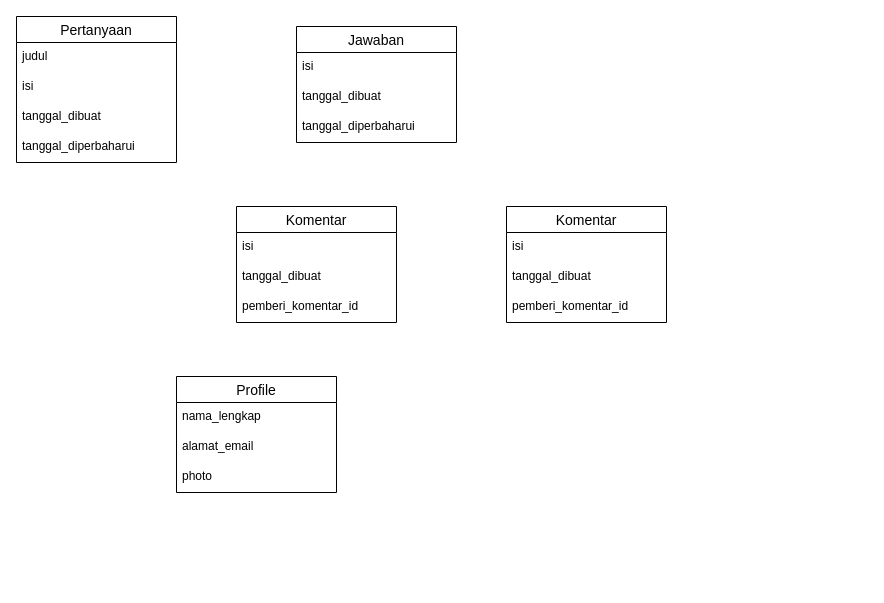
This is Untitled Diagram.drawio from indrarasyid07/berlatih-php, a draw.io file, before an edit. Source tidied: cells renumbered, new cells numbered last; positions are measured from the earlier drawing's top-left corner, leaving out a move shared by most shapes. Both pictures are drawn from the tidied source at 100%, with x=0, y=0 at pixel (16, 16).
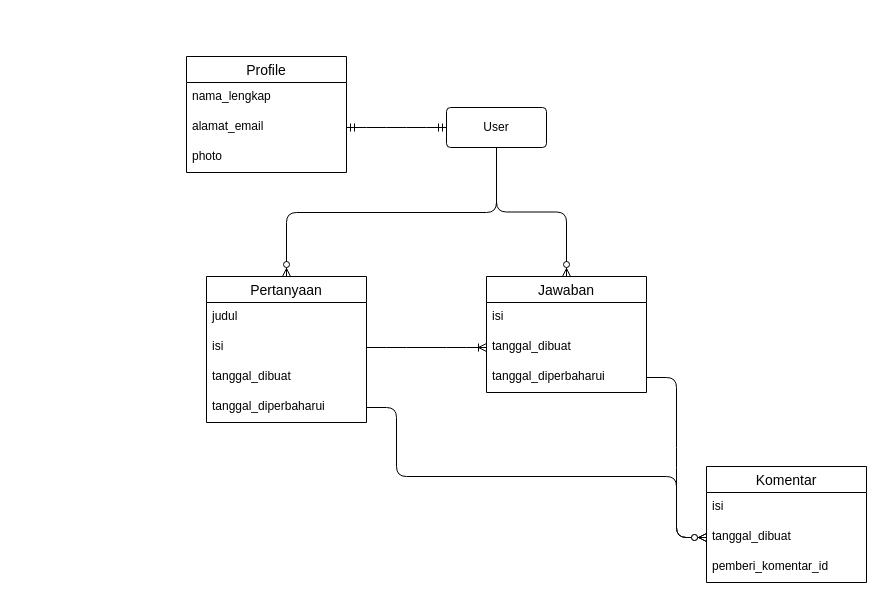
The same diagram, later.

The change refers to these unchanged cells:
```xml
<mxCell id="8" value="isi" style="text;strokeColor=none;fillColor=none;spacingLeft=4;spacingRight=4;overflow=hidden;points=[[0,0.5],[1,0.5]];portConstraint=eastwest;fontSize=12;" parent="6" vertex="1">
  <mxGeometry y="56" width="160" height="30" as="geometry" />
</mxCell>
<mxCell id="10" value="tanggal_diperbaharui" style="text;strokeColor=none;fillColor=none;spacingLeft=4;spacingRight=4;overflow=hidden;points=[[0,0.5],[1,0.5]];portConstraint=eastwest;fontSize=12;" parent="6" vertex="1">
  <mxGeometry y="116" width="160" height="30" as="geometry" />
</mxCell>
<mxCell id="13" value="tanggal_dibuat" style="text;strokeColor=none;fillColor=none;spacingLeft=4;spacingRight=4;overflow=hidden;points=[[0,0.5],[1,0.5]];portConstraint=eastwest;fontSize=12;" parent="11" vertex="1">
  <mxGeometry y="56" width="160" height="30" as="geometry" />
</mxCell>
<mxCell id="14" value="tanggal_diperbaharui" style="text;strokeColor=none;fillColor=none;spacingLeft=4;spacingRight=4;overflow=hidden;points=[[0,0.5],[1,0.5]];portConstraint=eastwest;fontSize=12;" parent="11" vertex="1">
  <mxGeometry y="86" width="160" height="30" as="geometry" />
</mxCell>
<mxCell id="17" value="tanggal_dibuat" style="text;strokeColor=none;fillColor=none;spacingLeft=4;spacingRight=4;overflow=hidden;points=[[0,0.5],[1,0.5]];portConstraint=eastwest;fontSize=12;" parent="15" vertex="1">
  <mxGeometry y="56" width="160" height="30" as="geometry" />
</mxCell>
```

Change to the diagram source:
```diff
@@
-    <mxCell id="2" value="Profile" style="swimlane;fontStyle=0;horizontal=1;startSize=26;align=center;fontSize=14;" parent="1" vertex="1">
-      <mxGeometry x="160" y="360" width="160" height="116" as="geometry" />
-    </mxCell>
-    <mxCell id="3" value="nama_lengkap" style="text;strokeColor=none;fillColor=none;spacingLeft=4;spacingRight=4;overflow=hidden;fontSize=12;" parent="2" vertex="1">
-      <mxGeometry y="26" width="160" height="30" as="geometry" />
-    </mxCell>
-    <mxCell id="4" value="alamat_email" style="text;strokeColor=none;fillColor=none;spacingLeft=4;spacingRight=4;overflow=hidden;points=[[0,0.5],[1,0.5]];portConstraint=eastwest;fontSize=12;" parent="2" vertex="1">
-      <mxGeometry y="56" width="160" height="30" as="geometry" />
-    </mxCell>
-    <mxCell id="5" value="photo" style="text;strokeColor=none;fillColor=none;spacingLeft=4;spacingRight=4;overflow=hidden;fontSize=12;" parent="2" vertex="1">
-      <mxGeometry y="86" width="160" height="30" as="geometry" />
-    </mxCell>
+    <mxCell id="23" style="edgeStyle=orthogonalEdgeStyle;fontSize=12;html=1;endArrow=ERzeroToMany;endFill=1;entryX=0;entryY=0.5;entryDx=0;entryDy=0;exitX=1;exitY=0.5;exitDx=0;exitDy=0;" parent="1" edge="1" source="10" target="17">
+      <mxGeometry relative="1" as="geometry">
+        <Array as="points">
+          <mxPoint x="380" y="391" />
+          <mxPoint x="380" y="460" />
+          <mxPoint x="660" y="460" />
+          <mxPoint x="660" y="521" />
+        </Array>
+      </mxGeometry>
+    </mxCell>
+    <mxCell id="24" style="edgeStyle=entityRelationEdgeStyle;fontSize=12;html=1;endArrow=ERoneToMany;exitX=1;exitY=0.5;exitDx=0;exitDy=0;entryX=0;entryY=0.5;entryDx=0;entryDy=0;" parent="1" edge="1" source="8" target="13">
+      <mxGeometry relative="1" as="geometry" />
+    </mxCell>
+    <mxCell id="25" style="edgeStyle=entityRelationEdgeStyle;fontSize=12;html=1;endArrow=ERzeroToMany;endFill=1;entryX=0;entryY=0.5;entryDx=0;entryDy=0;exitX=1;exitY=0.5;exitDx=0;exitDy=0;" parent="1" edge="1" source="14" target="17">
+      <mxGeometry relative="1" as="geometry" />
+    </mxCell>
     <mxCell id="6" value="Pertanyaan" style="swimlane;fontStyle=0;horizontal=1;startSize=26;align=center;fontSize=14;" parent="1" vertex="1">
-      <mxGeometry width="160" height="146" as="geometry" />
+      <mxGeometry x="190" y="260" width="160" height="146" as="geometry" />
     </mxCell>
@@
     <mxCell id="11" value="Jawaban" style="swimlane;fontStyle=0;horizontal=1;startSize=26;align=center;fontSize=14;" parent="1" vertex="1">
-      <mxGeometry x="280" y="10" width="160" height="116" as="geometry" />
+      <mxGeometry x="470" y="260" width="160" height="116" as="geometry" />
     </mxCell>
@@
     <mxCell id="15" value="Komentar" style="swimlane;fontStyle=0;horizontal=1;startSize=26;align=center;fontSize=14;" parent="1" vertex="1">
-      <mxGeometry x="490" y="190" width="160" height="116" as="geometry" />
+      <mxGeometry x="690" y="450" width="160" height="116" as="geometry" />
     </mxCell>
@@
-    <mxCell id="19" value="Komentar" style="swimlane;fontStyle=0;horizontal=1;startSize=26;align=center;fontSize=14;" parent="1" vertex="1">
-      <mxGeometry x="220" y="190" width="160" height="116" as="geometry" />
-    </mxCell>
-    <mxCell id="20" value="isi" style="text;strokeColor=none;fillColor=none;spacingLeft=4;spacingRight=4;overflow=hidden;fontSize=12;" parent="19" vertex="1">
-      <mxGeometry y="26" width="160" height="30" as="geometry" />
-    </mxCell>
-    <mxCell id="21" value="tanggal_dibuat" style="text;strokeColor=none;fillColor=none;spacingLeft=4;spacingRight=4;overflow=hidden;fontSize=12;" parent="19" vertex="1">
-      <mxGeometry y="56" width="160" height="30" as="geometry" />
-    </mxCell>
-    <mxCell id="22" value="pemberi_komentar_id" style="text;strokeColor=none;fillColor=none;spacingLeft=4;spacingRight=4;overflow=hidden;fontSize=12;" parent="19" vertex="1">
-      <mxGeometry y="86" width="160" height="30" as="geometry" />
-    </mxCell>
+    <mxCell id="26" value="User" style="rounded=1;arcSize=10;whiteSpace=wrap;html=1;align=center;" parent="1" vertex="1">
+      <mxGeometry x="430" y="91" width="100" height="40" as="geometry" />
+    </mxCell>
+    <mxCell id="27" style="edgeStyle=entityRelationEdgeStyle;fontSize=12;html=1;endArrow=ERmandOne;startArrow=ERmandOne;exitX=1;exitY=0.5;exitDx=0;exitDy=0;entryX=0;entryY=0.5;entryDx=0;entryDy=0;" parent="1" edge="1" source="4" target="26">
+      <mxGeometry relative="1" as="geometry" />
+    </mxCell>
+    <mxCell id="2" value="Profile" style="swimlane;fontStyle=0;horizontal=1;startSize=26;align=center;fontSize=14;" parent="1" vertex="1">
+      <mxGeometry x="170" y="40" width="160" height="116" as="geometry" />
+    </mxCell>
+    <mxCell id="3" value="nama_lengkap" style="text;strokeColor=none;fillColor=none;spacingLeft=4;spacingRight=4;overflow=hidden;fontSize=12;" parent="2" vertex="1">
+      <mxGeometry y="26" width="160" height="30" as="geometry" />
+    </mxCell>
+    <mxCell id="4" value="alamat_email" style="text;strokeColor=none;fillColor=none;spacingLeft=4;spacingRight=4;overflow=hidden;points=[[0,0.5],[1,0.5]];portConstraint=eastwest;fontSize=12;" parent="2" vertex="1">
+      <mxGeometry y="56" width="160" height="30" as="geometry" />
+    </mxCell>
+    <mxCell id="5" value="photo" style="text;strokeColor=none;fillColor=none;spacingLeft=4;spacingRight=4;overflow=hidden;fontSize=12;" parent="2" vertex="1">
+      <mxGeometry y="86" width="160" height="30" as="geometry" />
+    </mxCell>
+    <mxCell id="28" style="edgeStyle=elbowEdgeStyle;fontSize=12;html=1;endArrow=ERzeroToMany;endFill=1;exitX=0.5;exitY=1;exitDx=0;exitDy=0;entryX=0.5;entryY=0;entryDx=0;entryDy=0;elbow=vertical;" parent="1" edge="1" source="26" target="6">
+      <mxGeometry relative="1" as="geometry" />
+    </mxCell>
+    <mxCell id="29" style="edgeStyle=orthogonalEdgeStyle;fontSize=12;html=1;endArrow=ERzeroToMany;endFill=1;exitX=0.5;exitY=1;exitDx=0;exitDy=0;entryX=0.5;entryY=0;entryDx=0;entryDy=0;" parent="1" edge="1" source="26" target="11">
+      <mxGeometry relative="1" as="geometry" />
+    </mxCell>
```
